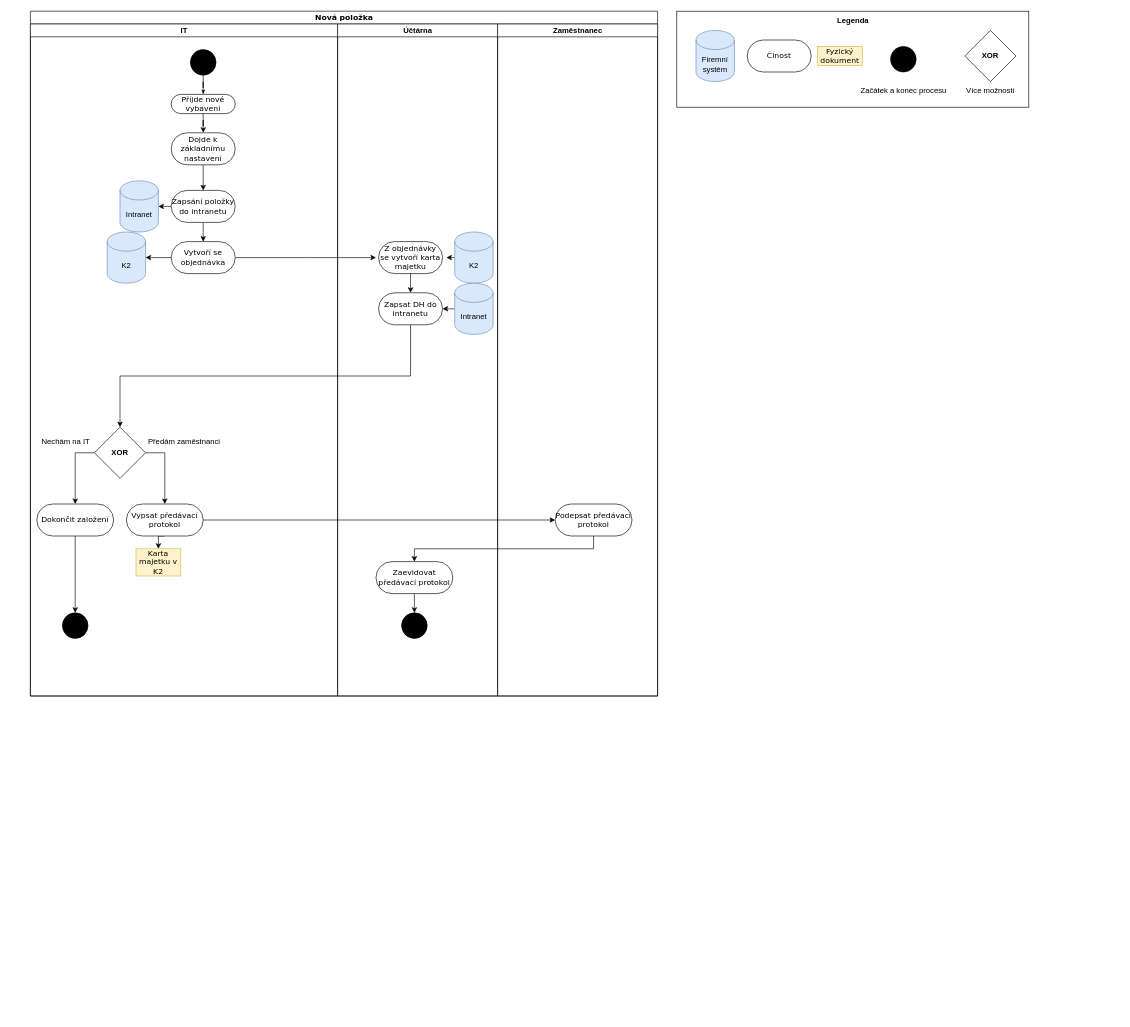
This is page "Nová položka - new 0.0.1" (5 of 11) of UML - Inventar.drawio from horeckyj/drawio, a draw.io file, before an edit. Source tidied: cells renumbered, new cells numbered last; positions are measured from the earlier drawing's top-left corner, leaving out a move shared by most shapes. Both pictures are drawn from the tidied source at 64%, with x=0, y=0 at pixel (30, 11).
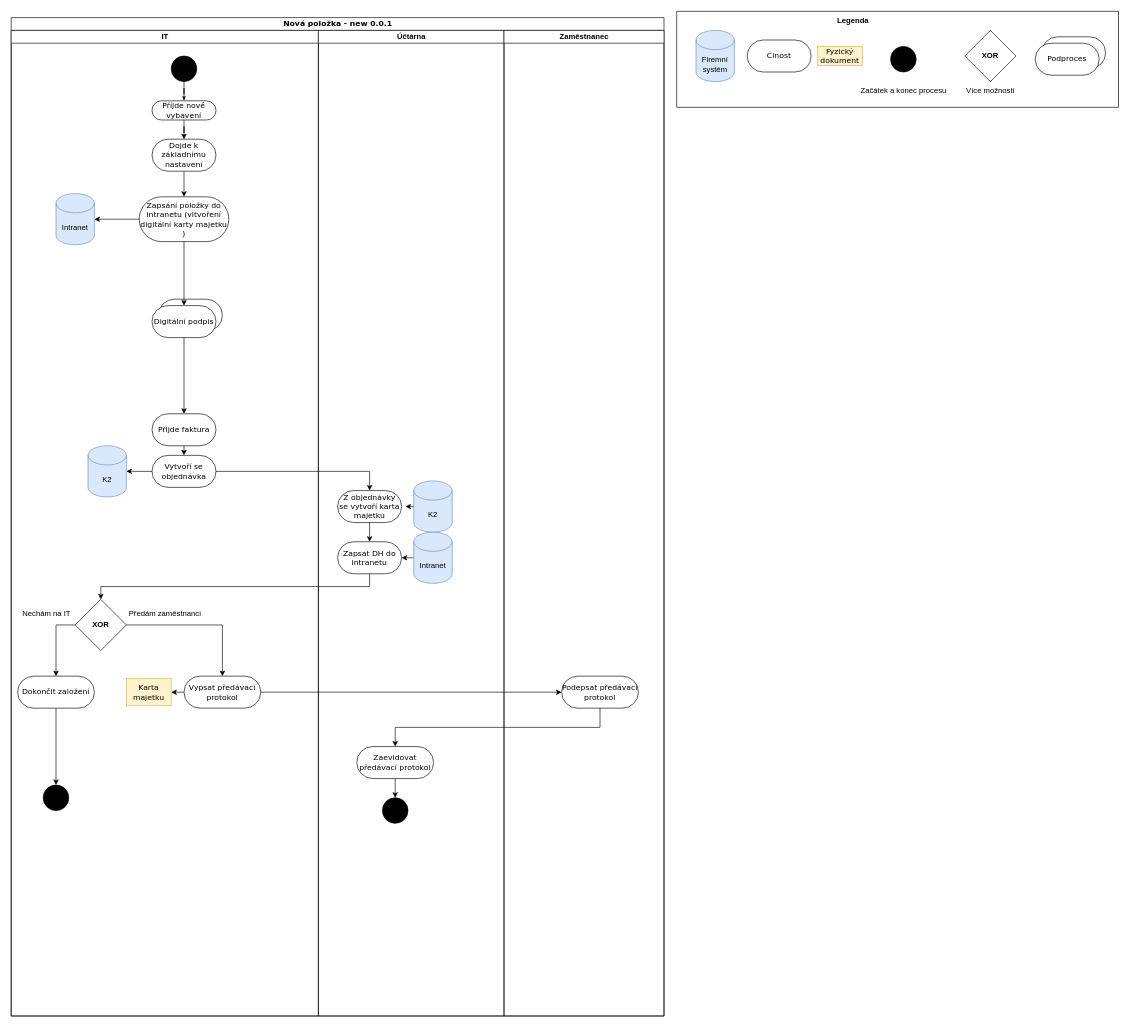
After the change.

Diff of the diagram source:
```diff
@@
-    <mxCell id="2" value="Nová položka" style="swimlane;html=1;startSize=20;rounded=0;shadow=0;comic=0;labelBackgroundColor=none;strokeWidth=1;fontFamily=Verdana;fontSize=12;align=center;" parent="1" vertex="1">
-      <mxGeometry width="980" height="1070" as="geometry" />
+    <mxCell id="2" value="Nová položka - new 0.0.1" style="swimlane;html=1;startSize=20;rounded=0;shadow=0;comic=0;labelBackgroundColor=none;strokeWidth=1;fontFamily=Verdana;fontSize=12;align=center;" parent="1" vertex="1">
+      <mxGeometry x="-30" y="10" width="1020" height="1560" as="geometry" />
     </mxCell>
     <mxCell id="3" value="IT" style="swimlane;html=1;startSize=20;" parent="2" vertex="1">
-      <mxGeometry y="20" width="480" height="1050" as="geometry" />
+      <mxGeometry y="20" width="480" height="1540" as="geometry" />
     </mxCell>
+    <mxCell id="54" style="rounded=1;whiteSpace=wrap;html=1;shadow=0;comic=0;labelBackgroundColor=none;strokeWidth=1;fontFamily=Verdana;fontSize=12;align=center;arcSize=50;" parent="3" vertex="1">
+      <mxGeometry x="230" y="420" width="100" height="50" as="geometry" />
+    </mxCell>
@@
-    <mxCell id="10" style="edgeStyle=orthogonalEdgeStyle;rounded=0;jettySize=auto;html=1;exitX=0.5;exitY=1;exitDx=0;exitDy=0;entryX=0.5;entryY=0;entryDx=0;entryDy=0;" parent="3" edge="1" source="11" target="22">
-      <mxGeometry relative="1" as="geometry" />
-    </mxCell>
+    <mxCell id="55" style="edgeStyle=orthogonalEdgeStyle;rounded=0;jettySize=auto;html=1;exitX=0.5;exitY=1;exitDx=0;exitDy=0;entryX=0.5;entryY=0;entryDx=0;entryDy=0;" parent="3" edge="1" source="11" target="59">
+      <mxGeometry relative="1" as="geometry" />
+    </mxCell>
-    <mxCell id="11" value="Zapsání položky do intranetu" style="rounded=1;whiteSpace=wrap;html=1;shadow=0;comic=0;labelBackgroundColor=none;strokeWidth=1;fontFamily=Verdana;fontSize=12;align=center;arcSize=50;" parent="3" vertex="1">
-      <mxGeometry x="220" y="260" width="100" height="50" as="geometry" />
+    <mxCell id="11" value="Zapsání položky do intranetu (vitvoření digitální karty majetku&lt;div&gt;)&lt;/div&gt;" style="rounded=1;whiteSpace=wrap;html=1;shadow=0;comic=0;labelBackgroundColor=none;strokeWidth=1;fontFamily=Verdana;fontSize=12;align=center;arcSize=50;" parent="3" vertex="1">
+      <mxGeometry x="200" y="260" width="140" height="70" as="geometry" />
     </mxCell>
     <mxCell id="12" style="ellipse;whiteSpace=wrap;html=1;rounded=0;shadow=0;comic=0;labelBackgroundColor=none;strokeWidth=1;fillColor=#000000;fontFamily=Verdana;fontSize=12;align=center;" parent="3" vertex="1">
-      <mxGeometry x="50" y="920" width="40" height="40" as="geometry" />
+      <mxGeometry x="50" y="1179" width="40" height="40" as="geometry" />
     </mxCell>
@@
     <mxCell id="15" value="&lt;b&gt;XOR&lt;/b&gt;" style="rhombus;whiteSpace=wrap;html=1;" parent="3" vertex="1">
-      <mxGeometry x="100" y="630" width="80" height="80" as="geometry" />
+      <mxGeometry x="100" y="889" width="80" height="80" as="geometry" />
     </mxCell>
@@
     <mxCell id="17" value="Dokončit založení" style="rounded=1;whiteSpace=wrap;html=1;shadow=0;comic=0;labelBackgroundColor=none;strokeWidth=1;fontFamily=Verdana;fontSize=12;align=center;arcSize=50;" parent="3" vertex="1">
-      <mxGeometry x="10" y="750" width="120" height="50" as="geometry" />
+      <mxGeometry x="10" y="1009" width="120" height="50" as="geometry" />
     </mxCell>
-    <mxCell id="18" style="edgeStyle=orthogonalEdgeStyle;rounded=0;jettySize=auto;html=1;exitX=0.5;exitY=1;exitDx=0;exitDy=0;entryX=0.5;entryY=0;entryDx=0;entryDy=0;" parent="3" edge="1" source="19" target="20">
+    <mxCell id="18" style="edgeStyle=orthogonalEdgeStyle;rounded=0;jettySize=auto;html=1;exitX=0;exitY=0.5;exitDx=0;exitDy=0;entryX=1;entryY=0.5;entryDx=0;entryDy=0;" parent="3" edge="1" source="19" target="20">
       <mxGeometry relative="1" as="geometry" />
     </mxCell>
     <mxCell id="19" value="Vypsat předávací protokol" style="rounded=1;whiteSpace=wrap;html=1;shadow=0;comic=0;labelBackgroundColor=none;strokeWidth=1;fontFamily=Verdana;fontSize=12;align=center;arcSize=50;" parent="3" vertex="1">
-      <mxGeometry x="150" y="750" width="120" height="50" as="geometry" />
+      <mxGeometry x="270" y="1009" width="120" height="50" as="geometry" />
     </mxCell>
-    <mxCell id="20" value="Karta majetku v K2" style="rounded=0;whiteSpace=wrap;html=1;shadow=0;comic=0;labelBackgroundColor=none;strokeWidth=1;fontFamily=Verdana;fontSize=12;align=center;arcSize=50;fillColor=#fff2cc;strokeColor=#d6b656;" parent="3" vertex="1">
-      <mxGeometry x="165" y="820" width="70" height="42.5" as="geometry" />
+    <mxCell id="20" value="Karta majetku" style="rounded=0;whiteSpace=wrap;html=1;shadow=0;comic=0;labelBackgroundColor=none;strokeWidth=1;fontFamily=Verdana;fontSize=12;align=center;arcSize=50;fillColor=#fff2cc;strokeColor=#d6b656;" parent="3" vertex="1">
+      <mxGeometry x="180" y="1012.8" width="70" height="42.5" as="geometry" />
     </mxCell>
-    <mxCell id="21" style="edgeStyle=orthogonalEdgeStyle;rounded=0;jettySize=auto;html=1;exitX=1;exitY=0.5;exitDx=0;exitDy=0;" parent="3" edge="1" source="22">
-      <mxGeometry relative="1" as="geometry">
-        <mxPoint x="540" y="365" as="targetPoint" />
-      </mxGeometry>
-    </mxCell>
     <mxCell id="22" value="Vytvoří se objednávka" style="rounded=1;whiteSpace=wrap;html=1;shadow=0;comic=0;labelBackgroundColor=none;strokeWidth=1;fontFamily=Verdana;fontSize=12;align=center;arcSize=50;" parent="3" vertex="1">
-      <mxGeometry x="220" y="340" width="100" height="50" as="geometry" />
+      <mxGeometry x="220" y="664" width="100" height="50" as="geometry" />
     </mxCell>
     <mxCell id="23" value="Intranet" style="shape=cylinder3;whiteSpace=wrap;html=1;boundedLbl=1;backgroundOutline=1;size=15;fillColor=#dae8fc;strokeColor=#6c8ebf;" parent="3" vertex="1">
-      <mxGeometry x="140" y="245" width="60" height="80" as="geometry" />
+      <mxGeometry x="70" y="255" width="60" height="80" as="geometry" />
     </mxCell>
     <mxCell id="24" value="K2" style="shape=cylinder3;whiteSpace=wrap;html=1;boundedLbl=1;backgroundOutline=1;size=15;fillColor=#dae8fc;strokeColor=#6c8ebf;" parent="3" vertex="1">
-      <mxGeometry x="120" y="325" width="60" height="80" as="geometry" />
+      <mxGeometry x="120" y="649" width="60" height="80" as="geometry" />
     </mxCell>
@@
     <mxCell id="27" value="Předám zaměstnanci" style="text;html=1;align=center;verticalAlign=middle;strokeColor=none;fillColor=none;" parent="3" vertex="1">
-      <mxGeometry x="170" y="638" width="140" height="30" as="geometry" />
+      <mxGeometry x="170" y="897" width="140" height="30" as="geometry" />
     </mxCell>
     <mxCell id="28" value="Nechám na IT" style="text;html=1;align=center;verticalAlign=middle;strokeColor=none;fillColor=none;" parent="3" vertex="1">
-      <mxGeometry x="5" y="638" width="100" height="30" as="geometry" />
+      <mxGeometry x="5" y="897" width="100" height="30" as="geometry" />
     </mxCell>
+    <mxCell id="56" style="edgeStyle=orthogonalEdgeStyle;rounded=0;jettySize=auto;html=1;exitX=0.5;exitY=1;exitDx=0;exitDy=0;entryX=0.5;entryY=0;entryDx=0;entryDy=0;" parent="3" edge="1" source="57" target="22">
+      <mxGeometry relative="1" as="geometry" />
+    </mxCell>
+    <mxCell id="57" value="Přijde faktura" style="rounded=1;whiteSpace=wrap;html=1;shadow=0;comic=0;labelBackgroundColor=none;strokeWidth=1;fontFamily=Verdana;fontSize=12;align=center;arcSize=50;" parent="3" vertex="1">
+      <mxGeometry x="220" y="599" width="100" height="50" as="geometry" />
+    </mxCell>
+    <mxCell id="58" style="edgeStyle=orthogonalEdgeStyle;rounded=0;jettySize=auto;html=1;exitX=0.5;exitY=1;exitDx=0;exitDy=0;entryX=0.5;entryY=0;entryDx=0;entryDy=0;" parent="3" edge="1" source="59" target="57">
+      <mxGeometry relative="1" as="geometry" />
+    </mxCell>
+    <mxCell id="59" value="Digitální podpis" style="rounded=1;whiteSpace=wrap;html=1;shadow=0;comic=0;labelBackgroundColor=none;strokeWidth=1;fontFamily=Verdana;fontSize=12;align=center;arcSize=50;" parent="3" vertex="1">
+      <mxGeometry x="220" y="430" width="100" height="50" as="geometry" />
+    </mxCell>
     <mxCell id="29" value="Účtárna" style="swimlane;html=1;startSize=20;" parent="2" vertex="1">
-      <mxGeometry x="480" y="20" width="250" height="1050" as="geometry" />
+      <mxGeometry x="480" y="20" width="290" height="1540" as="geometry" />
     </mxCell>
@@
     <mxCell id="31" value="Zaevidovat předávací protokol" style="rounded=1;whiteSpace=wrap;html=1;shadow=0;comic=0;labelBackgroundColor=none;strokeWidth=1;fontFamily=Verdana;fontSize=12;align=center;arcSize=50;" parent="29" vertex="1">
-      <mxGeometry x="60" y="840" width="120" height="50" as="geometry" />
+      <mxGeometry x="60" y="1119" width="120" height="50" as="geometry" />
     </mxCell>
     <mxCell id="32" style="ellipse;whiteSpace=wrap;html=1;rounded=0;shadow=0;comic=0;labelBackgroundColor=none;strokeWidth=1;fillColor=#000000;fontFamily=Verdana;fontSize=12;align=center;" parent="29" vertex="1">
-      <mxGeometry x="100" y="920" width="40" height="40" as="geometry" />
+      <mxGeometry x="100" y="1199" width="40" height="40" as="geometry" />
     </mxCell>
     <mxCell id="33" value="Z objednávky se vytvoří karta majetku" style="rounded=1;whiteSpace=wrap;html=1;shadow=0;comic=0;labelBackgroundColor=none;strokeWidth=1;fontFamily=Verdana;fontSize=12;align=center;arcSize=50;" parent="29" vertex="1">
-      <mxGeometry x="64" y="340" width="100" height="50" as="geometry" />
+      <mxGeometry x="30" y="719" width="100" height="50" as="geometry" />
     </mxCell>
     <mxCell id="34" value="Zapsat DH do intranetu" style="rounded=1;whiteSpace=wrap;html=1;shadow=0;comic=0;labelBackgroundColor=none;strokeWidth=1;fontFamily=Verdana;fontSize=12;align=center;arcSize=50;" parent="29" vertex="1">
-      <mxGeometry x="64" y="420" width="100" height="50" as="geometry" />
+      <mxGeometry x="30" y="799" width="100" height="50" as="geometry" />
     </mxCell>
@@
     <mxCell id="36" style="edgeStyle=orthogonalEdgeStyle;rounded=0;jettySize=auto;html=1;exitX=0;exitY=0.5;exitDx=0;exitDy=0;exitPerimeter=0;" parent="29" edge="1" source="37">
       <mxGeometry relative="1" as="geometry">
-        <mxPoint x="170" y="365" as="targetPoint" />
+        <mxPoint x="136" y="744" as="targetPoint" />
       </mxGeometry>
     </mxCell>
     <mxCell id="37" value="K2" style="shape=cylinder3;whiteSpace=wrap;html=1;boundedLbl=1;backgroundOutline=1;size=15;fillColor=#dae8fc;strokeColor=#6c8ebf;" parent="29" vertex="1">
-      <mxGeometry x="183" y="325" width="60" height="80" as="geometry" />
+      <mxGeometry x="149" y="704" width="60" height="80" as="geometry" />
     </mxCell>
@@
     <mxCell id="39" value="Intranet" style="shape=cylinder3;whiteSpace=wrap;html=1;boundedLbl=1;backgroundOutline=1;size=15;fillColor=#dae8fc;strokeColor=#6c8ebf;" parent="29" vertex="1">
-      <mxGeometry x="183" y="405" width="60" height="80" as="geometry" />
+      <mxGeometry x="149" y="784" width="60" height="80" as="geometry" />
     </mxCell>
     <mxCell id="40" value="Zaměstnanec" style="swimlane;html=1;startSize=20;" parent="2" vertex="1">
-      <mxGeometry x="730" y="20" width="250" height="1050" as="geometry" />
+      <mxGeometry x="770" y="20" width="250" height="1540" as="geometry" />
     </mxCell>
     <mxCell id="41" value="Podepsat předávací protokol" style="rounded=1;whiteSpace=wrap;html=1;shadow=0;comic=0;labelBackgroundColor=none;strokeWidth=1;fontFamily=Verdana;fontSize=12;align=center;arcSize=50;" parent="40" vertex="1">
-      <mxGeometry x="90" y="750" width="120" height="50" as="geometry" />
+      <mxGeometry x="90" y="1009" width="120" height="50" as="geometry" />
     </mxCell>
-    <mxCell id="42" style="edgeStyle=orthogonalEdgeStyle;rounded=0;jettySize=auto;html=1;exitX=0.5;exitY=1;exitDx=0;exitDy=0;entryX=0.5;entryY=0;entryDx=0;entryDy=0;" parent="2" edge="1" source="41" target="31">
-      <mxGeometry relative="1" as="geometry" />
-    </mxCell>
-    <mxCell id="43" style="edgeStyle=orthogonalEdgeStyle;rounded=0;jettySize=auto;html=1;exitX=1;exitY=0.5;exitDx=0;exitDy=0;entryX=0;entryY=0.5;entryDx=0;entryDy=0;" parent="2" edge="1" source="19" target="41">
-      <mxGeometry relative="1" as="geometry" />
+    <mxCell id="43" style="edgeStyle=orthogonalEdgeStyle;rounded=0;jettySize=auto;html=1;exitX=1;exitY=0.5;exitDx=0;exitDy=0;entryX=0;entryY=0.5;entryDx=0;entryDy=0;" parent="2" edge="1" source="19">
+      <mxGeometry relative="1" as="geometry">
+        <mxPoint x="860" y="1054" as="targetPoint" />
+      </mxGeometry>
     </mxCell>
@@
+    <mxCell id="60" style="edgeStyle=orthogonalEdgeStyle;rounded=0;jettySize=auto;html=1;" parent="2" edge="1" source="22" target="33">
+      <mxGeometry relative="1" as="geometry" />
+    </mxCell>
+    <mxCell id="42" style="edgeStyle=orthogonalEdgeStyle;rounded=0;jettySize=auto;html=1;exitX=0.5;exitY=1;exitDx=0;exitDy=0;" parent="2" edge="1" source="41" target="31">
+      <mxGeometry relative="1" as="geometry" />
+    </mxCell>
     <mxCell id="45" style="rounded=0;whiteSpace=wrap;html=1;" parent="1" vertex="1">
-      <mxGeometry x="1010" width="550" height="150" as="geometry" />
+      <mxGeometry x="1010" width="690" height="150" as="geometry" />
     </mxCell>
@@
+    <mxCell id="61" style="rounded=1;whiteSpace=wrap;html=1;shadow=0;comic=0;labelBackgroundColor=none;strokeWidth=1;fontFamily=Verdana;fontSize=12;align=center;arcSize=50;" parent="1" vertex="1">
+      <mxGeometry x="1580" y="40" width="100" height="50" as="geometry" />
+    </mxCell>
+    <mxCell id="62" value="Podproces" style="rounded=1;whiteSpace=wrap;html=1;shadow=0;comic=0;labelBackgroundColor=none;strokeWidth=1;fontFamily=Verdana;fontSize=12;align=center;arcSize=50;" parent="1" vertex="1">
+      <mxGeometry x="1570" y="50" width="100" height="50" as="geometry" />
+    </mxCell>
```
